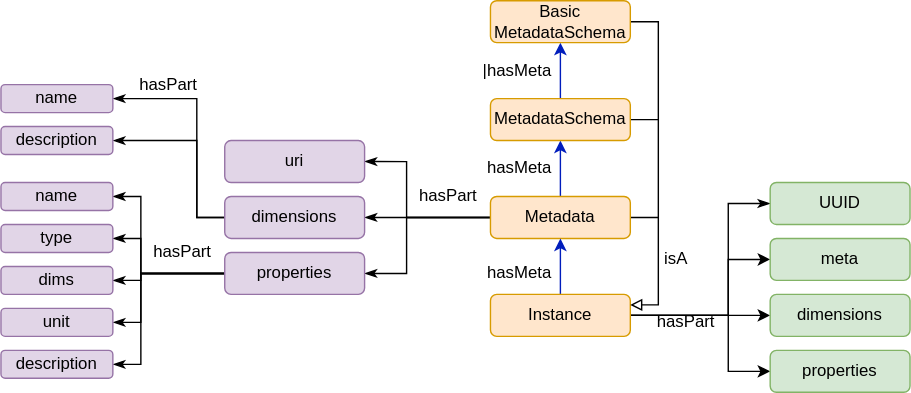
This is doc/figs/datamodel.svg from SINTEF/dlite, a draw.io export, as it was before one commit. Source tidied: cells renumbered, new cells last; positions are measured from the earlier drawing's top-left corner, leaving out a move shared by most shapes.
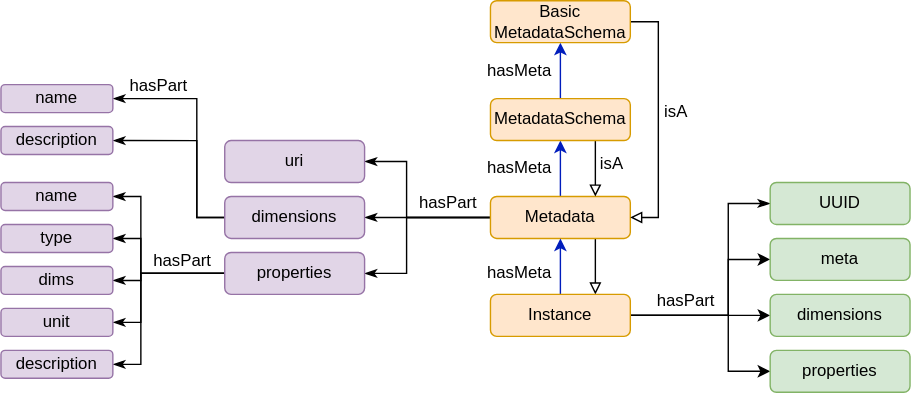
The same file after the commit.

Diff of the diagram source:
```diff
@@ -24,11 +24,9 @@
     <mxCell id="5" style="edgeStyle=orthogonalEdgeStyle;rounded=0;jettySize=auto;html=1;entryX=0.5;entryY=1;entryDx=0;entryDy=0;endArrow=classic;endFill=1;fillColor=#0050ef;strokeColor=#001DBC;" parent="1" edge="1" source="7" target="40">
       <mxGeometry relative="1" as="geometry" />
     </mxCell>
-    <mxCell id="6" style="edgeStyle=orthogonalEdgeStyle;rounded=0;jettySize=auto;html=1;endArrow=none;endFill=0;" parent="1" edge="1" source="7">
-      <mxGeometry relative="1" as="geometry">
-        <mxPoint x="470" y="155" as="targetPoint" />
-      </mxGeometry>
-    </mxCell>
+    <mxCell id="48" style="edgeStyle=orthogonalEdgeStyle;rounded=0;jettySize=auto;html=1;exitX=0.75;exitY=1;exitDx=0;exitDy=0;entryX=0.75;entryY=0;entryDx=0;entryDy=0;endArrow=block;endFill=0;" parent="1" edge="1" source="7" target="13">
+      <mxGeometry relative="1" as="geometry" />
+    </mxCell>
     <mxCell id="7" value="Metadata" style="rounded=1;whiteSpace=wrap;html=1;fillColor=#ffe6cc;strokeColor=#d79b00;" parent="1" vertex="1">
       <mxGeometry x="350" y="140" width="100" height="30" as="geometry" />
     </mxCell>
@@ -143,10 +141,10 @@
       <mxGeometry y="60" width="80" height="20" as="geometry" />
     </mxCell>
     <mxCell id="28" value="hasPart" style="text;html=1;strokeColor=none;fillColor=none;align=center;verticalAlign=middle;whiteSpace=wrap;rounded=0;" parent="1" vertex="1">
-      <mxGeometry x="470" y="220" width="40" height="20" as="geometry" />
+      <mxGeometry x="470" y="205" width="40" height="20" as="geometry" />
     </mxCell>
     <mxCell id="29" value="hasPart" style="text;html=1;strokeColor=none;fillColor=none;align=center;verticalAlign=middle;whiteSpace=wrap;rounded=0;" parent="1" vertex="1">
-      <mxGeometry x="300" y="130" width="40" height="20" as="geometry" />
+      <mxGeometry x="300" y="135" width="40" height="20" as="geometry" />
     </mxCell>
     <mxCell id="30" value="description" style="rounded=1;whiteSpace=wrap;html=1;fillColor=#e1d5e7;strokeColor=#9673a6;" parent="1" vertex="1">
       <mxGeometry y="90" width="80" height="20" as="geometry" />
@@ -167,36 +165,34 @@
       <mxGeometry y="250" width="80" height="20" as="geometry" />
     </mxCell>
     <mxCell id="36" value="hasPart" style="text;html=1;strokeColor=none;fillColor=none;align=center;verticalAlign=middle;whiteSpace=wrap;rounded=0;" parent="1" vertex="1">
-      <mxGeometry x="110" y="170" width="40" height="20" as="geometry" />
+      <mxGeometry x="110" y="176" width="40" height="20" as="geometry" />
     </mxCell>
     <mxCell id="37" value="hasPart" style="text;html=1;strokeColor=none;fillColor=none;align=center;verticalAlign=middle;whiteSpace=wrap;rounded=0;" parent="1" vertex="1">
-      <mxGeometry x="100" y="50" width="40" height="20" as="geometry" />
+      <mxGeometry x="93" y="51" width="40" height="20" as="geometry" />
     </mxCell>
     <mxCell id="38" style="edgeStyle=orthogonalEdgeStyle;rounded=0;jettySize=auto;html=1;entryX=0.5;entryY=1;entryDx=0;entryDy=0;endArrow=classic;endFill=1;fillColor=#0050ef;strokeColor=#001DBC;" parent="1" edge="1" source="40" target="42">
       <mxGeometry relative="1" as="geometry" />
     </mxCell>
-    <mxCell id="39" style="edgeStyle=orthogonalEdgeStyle;rounded=0;jettySize=auto;html=1;endArrow=none;endFill=0;" parent="1" edge="1" source="40">
-      <mxGeometry relative="1" as="geometry">
-        <mxPoint x="470" y="85" as="targetPoint" />
-      </mxGeometry>
-    </mxCell>
+    <mxCell id="49" style="edgeStyle=orthogonalEdgeStyle;rounded=0;jettySize=auto;html=1;exitX=0.75;exitY=1;exitDx=0;exitDy=0;entryX=0.75;entryY=0;entryDx=0;entryDy=0;endArrow=block;endFill=0;" parent="1" edge="1" source="40" target="7">
+      <mxGeometry relative="1" as="geometry" />
+    </mxCell>
     <mxCell id="40" value="MetadataSchema" style="rounded=1;whiteSpace=wrap;html=1;fillColor=#ffe6cc;strokeColor=#d79b00;" parent="1" vertex="1">
       <mxGeometry x="350" y="70" width="100" height="30" as="geometry" />
     </mxCell>
-    <mxCell id="41" style="edgeStyle=orthogonalEdgeStyle;rounded=0;jettySize=auto;html=1;entryX=1;entryY=0.25;entryDx=0;entryDy=0;endArrow=block;endFill=0;exitX=1;exitY=0.5;exitDx=0;exitDy=0;" parent="1" edge="1" source="42" target="13">
-      <mxGeometry relative="1" as="geometry" />
-    </mxCell>
+    <mxCell id="50" style="edgeStyle=orthogonalEdgeStyle;rounded=0;jettySize=auto;html=1;endArrow=block;endFill=0;entryX=1;entryY=0.5;entryDx=0;entryDy=0;exitX=1;exitY=0.5;exitDx=0;exitDy=0;" parent="1" edge="1" source="42" target="7">
+      <mxGeometry relative="1" as="geometry" />
+    </mxCell>
     <mxCell id="42" value="Basic MetadataSchema" style="rounded=1;whiteSpace=wrap;html=1;fillColor=#ffe6cc;strokeColor=#d79b00;" parent="1" vertex="1">
       <mxGeometry x="350" width="100" height="30" as="geometry" />
     </mxCell>
     <mxCell id="43" value="UUID" style="rounded=1;whiteSpace=wrap;html=1;fillColor=#d5e8d4;strokeColor=#82b366;" parent="1" vertex="1">
       <mxGeometry x="550" y="130" width="100" height="30" as="geometry" />
     </mxCell>
-    <mxCell id="44" value="|hasMeta" style="text;html=1;strokeColor=none;fillColor=none;align=right;verticalAlign=middle;whiteSpace=wrap;rounded=0;" parent="1" vertex="1">
+    <mxCell id="44" value="hasMeta" style="text;html=1;strokeColor=none;fillColor=none;align=right;verticalAlign=middle;whiteSpace=wrap;rounded=0;" parent="1" vertex="1">
       <mxGeometry x="356" y="40" width="40" height="20" as="geometry" />
     </mxCell>
     <mxCell id="45" value="isA" style="text;html=1;strokeColor=none;fillColor=none;align=center;verticalAlign=middle;whiteSpace=wrap;rounded=0;" parent="1" vertex="1">
-      <mxGeometry x="463" y="175" width="40" height="20" as="geometry" />
+      <mxGeometry x="463" y="70" width="40" height="20" as="geometry" />
     </mxCell>
     <mxCell id="46" value="hasMeta" style="text;html=1;strokeColor=none;fillColor=none;align=right;verticalAlign=middle;whiteSpace=wrap;rounded=0;" parent="1" vertex="1">
       <mxGeometry x="356" y="110" width="40" height="20" as="geometry" />
@@ -204,5 +200,8 @@
     <mxCell id="47" value="hasMeta" style="text;html=1;strokeColor=none;fillColor=none;align=right;verticalAlign=middle;whiteSpace=wrap;rounded=0;" parent="1" vertex="1">
       <mxGeometry x="356" y="185" width="40" height="20" as="geometry" />
     </mxCell>
+    <mxCell id="51" value="isA" style="text;html=1;strokeColor=none;fillColor=none;align=center;verticalAlign=middle;whiteSpace=wrap;rounded=0;" parent="1" vertex="1">
+      <mxGeometry x="417" y="107" width="40" height="20" as="geometry" />
+    </mxCell>
   </root>
 </mxGraphModel>
```
